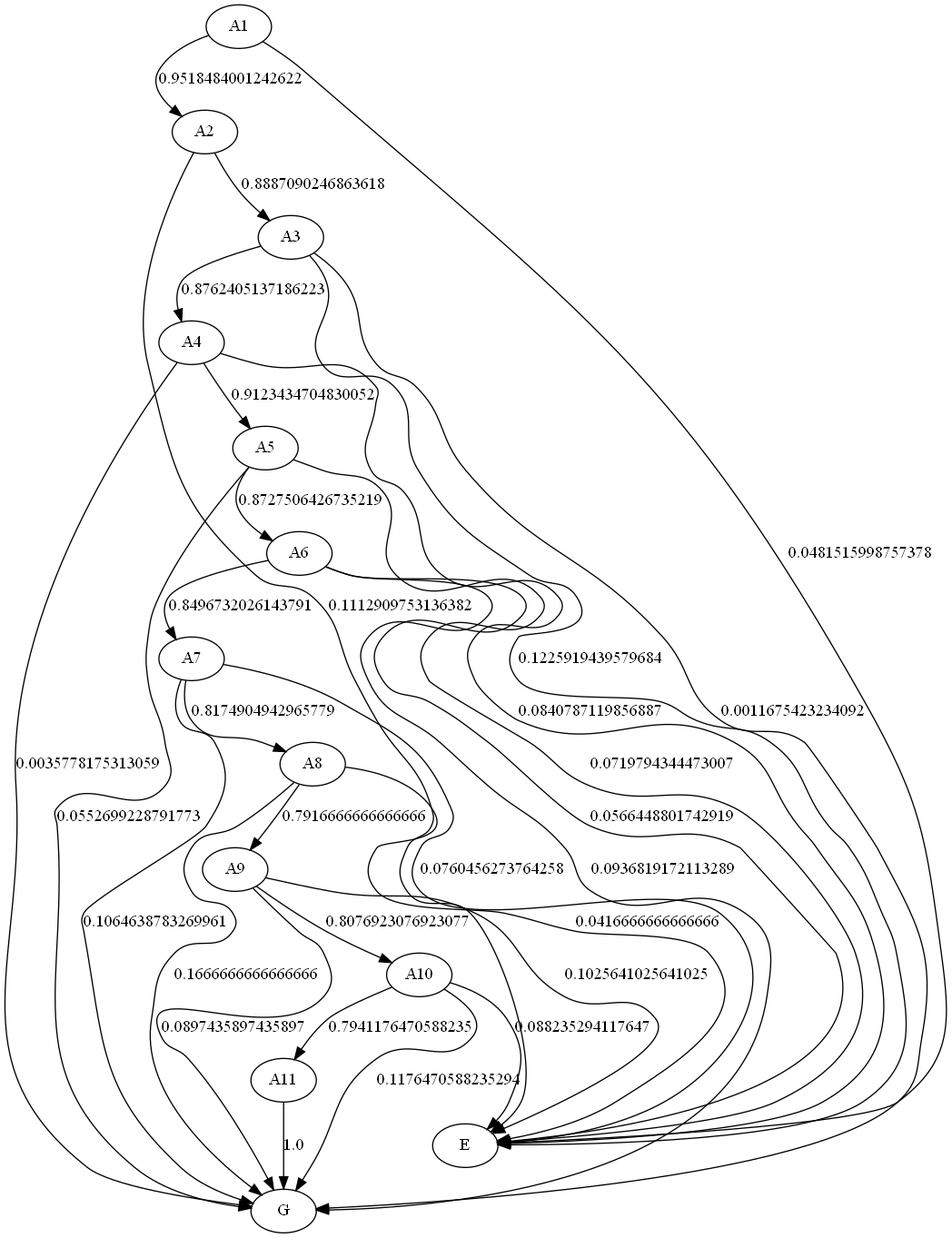
Above: graph/markov.png in JulianaFerreira/educacao (Graphviz), before the change. Its source is kept beside it as graph/markov.dot.
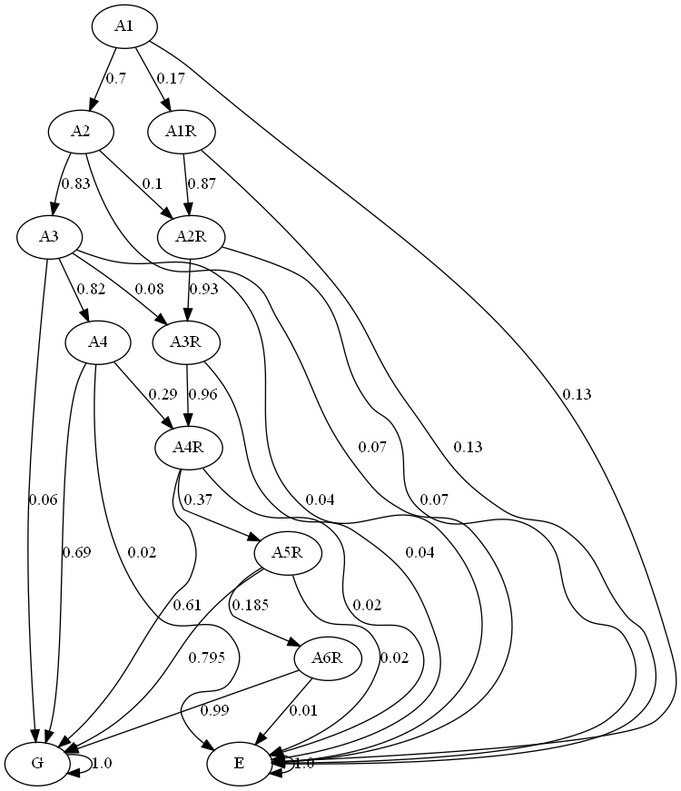
The same file after the commit.

The edit, as a diff of the source:
```diff
@@ -3,42 +3,41 @@
 A2;
 A3;
 A4;
-A5;
-A6;
-A7;
-A8;
-A9;
-A10;
-A11;
+A1R;
+A2R;
+A3R;
+A4R;
+A5R;
+A6R;
 G;
 E;
-A1 -> A2  [key=0, label="0.9518484001242622", weight="0.9518484001242622"];
-A1 -> E  [key=0, label="0.0481515998757378", weight="0.0481515998757378"];
-A2 -> A3  [key=0, label="0.8887090246863618", weight="0.8887090246863618"];
-A2 -> E  [key=0, label="0.1112909753136382", weight="0.1112909753136382"];
-A3 -> A4  [key=0, label="0.8762405137186223", weight="0.8762405137186223"];
-A3 -> G  [key=0, label="0.0011675423234092", weight="0.0011675423234092"];
-A3 -> E  [key=0, label="0.1225919439579684", weight="0.1225919439579684"];
-A4 -> A5  [key=0, label="0.9123434704830052", weight="0.9123434704830052"];
-A4 -> G  [key=0, label="0.0035778175313059", weight="0.0035778175313059"];
-A4 -> E  [key=0, label="0.0840787119856887", weight="0.0840787119856887"];
-A5 -> A6  [key=0, label="0.8727506426735219", weight="0.8727506426735219"];
-A5 -> G  [key=0, label="0.0552699228791773", weight="0.0552699228791773"];
-A5 -> E  [key=0, label="0.0719794344473007", weight="0.0719794344473007"];
-A6 -> A7  [key=0, label="0.8496732026143791", weight="0.8496732026143791"];
-A6 -> G  [key=0, label="0.0936819172113289", weight="0.0936819172113289"];
-A6 -> E  [key=0, label="0.0566448801742919", weight="0.0566448801742919"];
-A7 -> A8  [key=0, label="0.8174904942965779", weight="0.8174904942965779"];
-A7 -> G  [key=0, label="0.1064638783269961", weight="0.1064638783269961"];
-A7 -> E  [key=0, label="0.0760456273764258", weight="0.0760456273764258"];
-A8 -> A9  [key=0, label="0.7916666666666666", weight="0.7916666666666666"];
-A8 -> G  [key=0, label="0.1666666666666666", weight="0.1666666666666666"];
-A8 -> E  [key=0, label="0.0416666666666666", weight="0.0416666666666666"];
-A9 -> A10  [key=0, label="0.8076923076923077", weight="0.8076923076923077"];
-A9 -> G  [key=0, label="0.0897435897435897", weight="0.0897435897435897"];
-A9 -> E  [key=0, label="0.1025641025641025", weight="0.1025641025641025"];
-A10 -> A11  [key=0, label="0.7941176470588235", weight="0.7941176470588235"];
-A10 -> G  [key=0, label="0.1176470588235294", weight="0.1176470588235294"];
-A10 -> E  [key=0, label="0.088235294117647", weight="0.088235294117647"];
-A11 -> G  [key=0, label="1.0", weight="1.0"];
+A1 -> A2  [key=0, label="0.7", weight="0.7"];
+A1 -> A1R  [key=0, label="0.17", weight="0.17"];
+A1 -> E  [key=0, label="0.13", weight="0.13"];
+A2 -> A3  [key=0, label="0.83", weight="0.83"];
+A2 -> A2R  [key=0, label="0.1", weight="0.1"];
+A2 -> E  [key=0, label="0.07", weight="0.07"];
+A3 -> A4  [key=0, label="0.82", weight="0.82"];
+A3 -> A3R  [key=0, label="0.08", weight="0.08"];
+A3 -> G  [key=0, label="0.06", weight="0.06"];
+A3 -> E  [key=0, label="0.04", weight="0.04"];
+A4 -> A4R  [key=0, label="0.29", weight="0.29"];
+A4 -> G  [key=0, label="0.69", weight="0.69"];
+A4 -> E  [key=0, label="0.02", weight="0.02"];
+A1R -> A2R  [key=0, label="0.87", weight="0.87"];
+A1R -> E  [key=0, label="0.13", weight="0.13"];
+A2R -> A3R  [key=0, label="0.93", weight="0.93"];
+A2R -> E  [key=0, label="0.07", weight="0.07"];
+A3R -> A4R  [key=0, label="0.96", weight="0.96"];
+A3R -> E  [key=0, label="0.04", weight="0.04"];
+A4R -> A5R  [key=0, label="0.37", weight="0.37"];
+A4R -> G  [key=0, label="0.61", weight="0.61"];
+A4R -> E  [key=0, label="0.02", weight="0.02"];
+A5R -> A6R  [key=0, label="0.185", weight="0.185"];
+A5R -> G  [key=0, label="0.795", weight="0.795"];
+A5R -> E  [key=0, label="0.02", weight="0.02"];
+A6R -> G  [key=0, label="0.99", weight="0.99"];
+A6R -> E  [key=0, label="0.01", weight="0.01"];
+G -> G  [key=0, label="1.0", weight="1.0"];
+E -> E  [key=0, label="1.0", weight="1.0"];
 }
```
